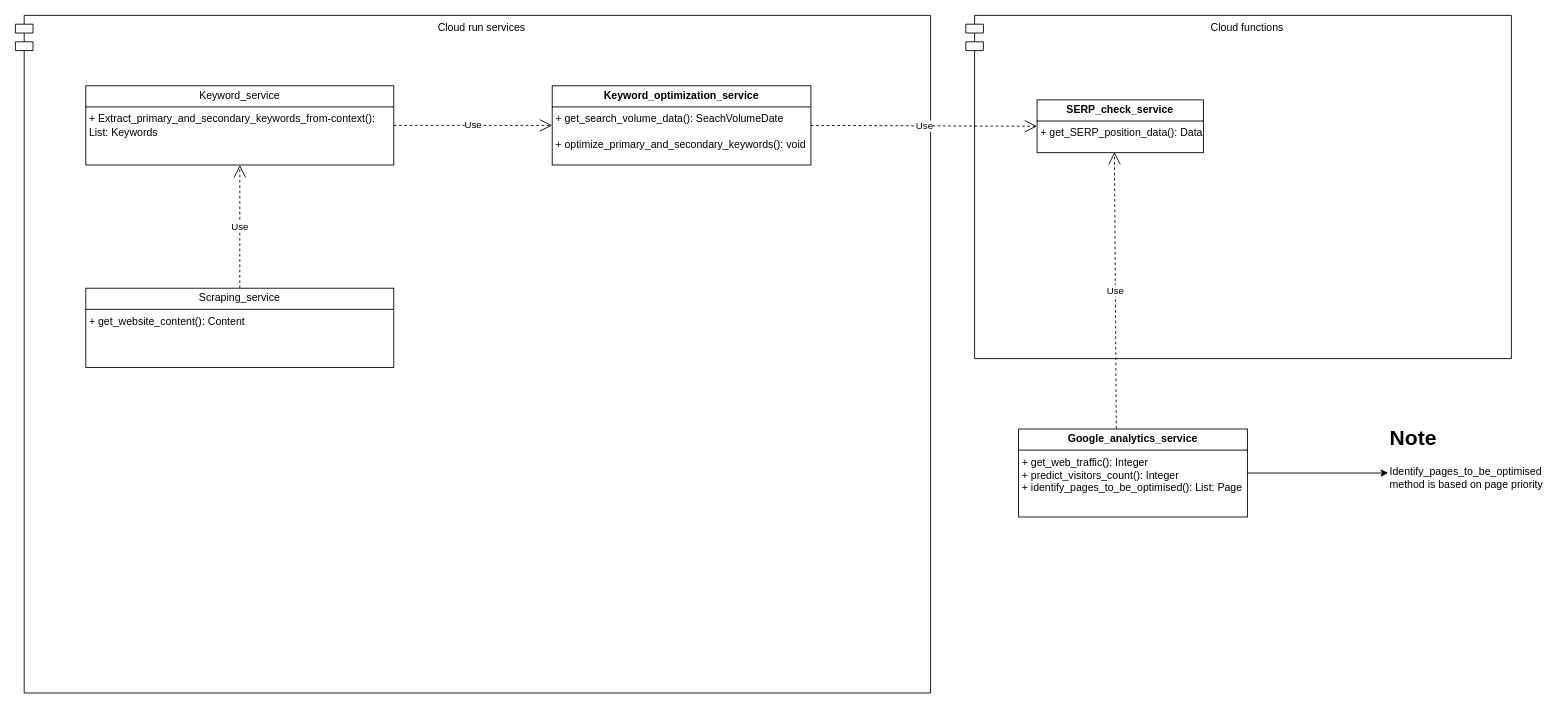
The draw.io diagram Design/Components_diagram/Service_diagram.drawio in Warglaive/Fontys_deliverables_spienzer, before the edit. Source tidied: cells renumbered, new cells numbered last; positions are measured from the earlier drawing's top-left corner, leaving out a move shared by most shapes. Both pictures are drawn from the tidied source at 88%, with x=0, y=0 at pixel (15, 15).
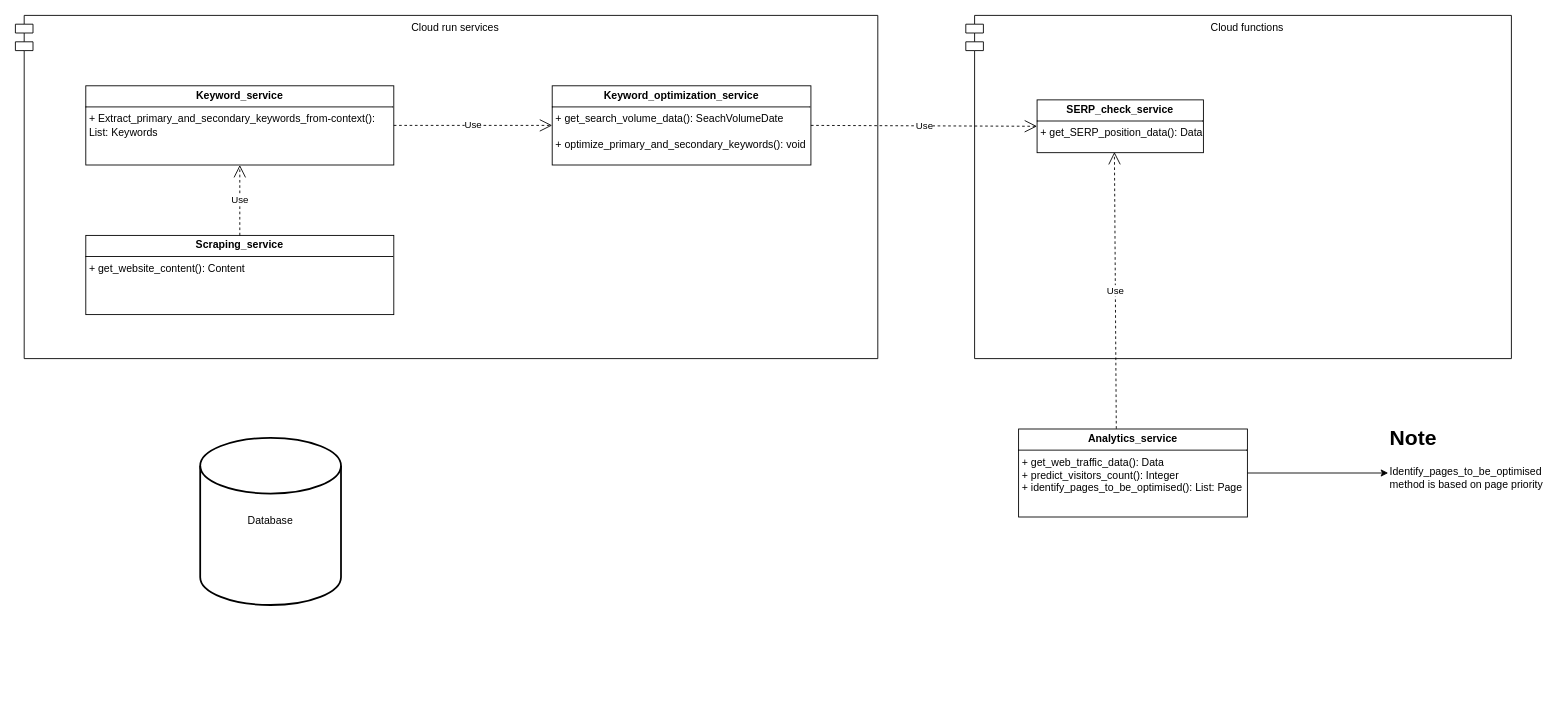
The same diagram, later.

Change to the diagram source:
```diff
@@
 <mxGraphModel>
   <root>
     <mxCell id="0" />
     <mxCell id="1" parent="0" />
     <mxCell id="2" value="Cloud run services" style="shape=module;align=left;spacingLeft=20;align=center;verticalAlign=top;whiteSpace=wrap;html=1;" parent="1" vertex="1">
-      <mxGeometry width="1040" height="770" as="geometry" />
+      <mxGeometry width="980" height="390" as="geometry" />
     </mxCell>
-    <mxCell id="3" value="&lt;p style=&quot;margin:0px;margin-top:4px;text-align:center;&quot;&gt;Keyword_&lt;span style=&quot;background-color: initial;&quot;&gt;service&lt;/span&gt;&lt;/p&gt;&lt;hr size=&quot;1&quot; style=&quot;border-style:solid;&quot;&gt;&lt;p style=&quot;margin:0px;margin-left:4px;&quot;&gt;&lt;/p&gt;&lt;p style=&quot;margin:0px;margin-left:4px;&quot;&gt;+ Extract_primary_and_secondary_keywords_from-context(): List: Keywords&lt;/p&gt;" style="verticalAlign=top;align=left;overflow=fill;html=1;whiteSpace=wrap;" parent="1" vertex="1">
+    <mxCell id="3" value="&lt;p style=&quot;margin:0px;margin-top:4px;text-align:center;&quot;&gt;&lt;b&gt;Keyword_&lt;span style=&quot;background-color: initial;&quot;&gt;service&lt;/span&gt;&lt;/b&gt;&lt;/p&gt;&lt;hr size=&quot;1&quot; style=&quot;border-style:solid;&quot;&gt;&lt;p style=&quot;margin:0px;margin-left:4px;&quot;&gt;&lt;/p&gt;&lt;p style=&quot;margin:0px;margin-left:4px;&quot;&gt;+ Extract_primary_and_secondary_keywords_from-context(): List: Keywords&lt;/p&gt;" style="verticalAlign=top;align=left;overflow=fill;html=1;whiteSpace=wrap;" parent="1" vertex="1">
       <mxGeometry x="80" y="80" width="350" height="90" as="geometry" />
     </mxCell>
-    <mxCell id="4" value="&lt;p style=&quot;margin:0px;margin-top:4px;text-align:center;&quot;&gt;Scraping_service&lt;br&gt;&lt;/p&gt;&lt;hr size=&quot;1&quot; style=&quot;border-style:solid;&quot;&gt;&lt;p style=&quot;margin:0px;margin-left:4px;&quot;&gt;&lt;/p&gt;&lt;p style=&quot;margin:0px;margin-left:4px;&quot;&gt;+ get_website_content(): Content&lt;/p&gt;&lt;p style=&quot;margin:0px;margin-left:4px;&quot;&gt;&lt;br&gt;&lt;/p&gt;" style="verticalAlign=top;align=left;overflow=fill;html=1;whiteSpace=wrap;" parent="1" vertex="1">
-      <mxGeometry x="80" y="310" width="350" height="90" as="geometry" />
+    <mxCell id="4" value="&lt;p style=&quot;margin:0px;margin-top:4px;text-align:center;&quot;&gt;&lt;b&gt;Scraping_service&lt;/b&gt;&lt;br&gt;&lt;/p&gt;&lt;hr size=&quot;1&quot; style=&quot;border-style:solid;&quot;&gt;&lt;p style=&quot;margin:0px;margin-left:4px;&quot;&gt;&lt;/p&gt;&lt;p style=&quot;margin:0px;margin-left:4px;&quot;&gt;+ get_website_content(): Content&lt;/p&gt;&lt;p style=&quot;margin:0px;margin-left:4px;&quot;&gt;&lt;br&gt;&lt;/p&gt;" style="verticalAlign=top;align=left;overflow=fill;html=1;whiteSpace=wrap;" parent="1" vertex="1">
+      <mxGeometry x="80" y="250" width="350" height="90" as="geometry" />
     </mxCell>
     <mxCell id="5" value="Cloud functions" style="shape=module;align=left;spacingLeft=20;align=center;verticalAlign=top;whiteSpace=wrap;html=1;" parent="1" vertex="1">
       <mxGeometry x="1080" width="620" height="390" as="geometry" />
     </mxCell>
     <mxCell id="6" value="&lt;p style=&quot;margin:0px;margin-top:4px;text-align:center;&quot;&gt;&lt;b&gt;SERP_check_service&lt;/b&gt;&lt;/p&gt;&lt;hr size=&quot;1&quot; style=&quot;border-style:solid;&quot;&gt;&lt;p style=&quot;margin:0px;margin-left:4px;&quot;&gt;&lt;/p&gt;&lt;p style=&quot;margin:0px;margin-left:4px;&quot;&gt;+ get_SERP_position_data(): Data&lt;/p&gt;" style="verticalAlign=top;align=left;overflow=fill;html=1;whiteSpace=wrap;" parent="1" vertex="1">
       <mxGeometry x="1161" y="96" width="189" height="60" as="geometry" />
     </mxCell>
     <mxCell id="7" value="&lt;p style=&quot;margin:0px;margin-top:4px;text-align:center;&quot;&gt;&lt;b&gt;Keyword_optimization_service&lt;/b&gt;&lt;/p&gt;&lt;hr size=&quot;1&quot; style=&quot;border-style:solid;&quot;&gt;&lt;p style=&quot;margin:0px;margin-left:4px;&quot;&gt;&lt;/p&gt;&lt;p style=&quot;margin:0px;margin-left:4px;&quot;&gt;+ get_search_volume_data(): SeachVolumeDate&lt;/p&gt;&lt;p style=&quot;margin:0px;margin-left:4px;&quot;&gt;&lt;br&gt;&lt;/p&gt;&lt;p style=&quot;margin:0px;margin-left:4px;&quot;&gt;+ optimize_primary_and_secondary_keywords(): void&lt;/p&gt;" style="verticalAlign=top;align=left;overflow=fill;html=1;whiteSpace=wrap;" parent="1" vertex="1">
       <mxGeometry x="610" y="80" width="294" height="90" as="geometry" />
     </mxCell>
     <mxCell id="8" value="Use" style="endArrow=open;endSize=12;dashed=1;html=1;rounded=0;entryX=0.5;entryY=1;entryDx=0;entryDy=0;exitX=0.5;exitY=0;exitDx=0;exitDy=0;" parent="1" edge="1" source="4" target="3">
       <mxGeometry relative="1" as="geometry" />
     </mxCell>
     <mxCell id="9" value="Use" style="endArrow=open;endSize=12;dashed=1;html=1;rounded=0;exitX=1;exitY=0.5;exitDx=0;exitDy=0;entryX=0;entryY=0.5;entryDx=0;entryDy=0;" parent="1" edge="1" source="3" target="7">
       <mxGeometry relative="1" as="geometry" />
     </mxCell>
     <mxCell id="10" value="Use" style="endArrow=open;endSize=12;dashed=1;html=1;rounded=0;exitX=1;exitY=0.5;exitDx=0;exitDy=0;entryX=0;entryY=0.5;entryDx=0;entryDy=0;" parent="1" edge="1" source="7" target="6">
       <mxGeometry relative="1" as="geometry" />
     </mxCell>
-    <mxCell id="11" value="&lt;p style=&quot;margin:0px;margin-top:4px;text-align:center;&quot;&gt;&lt;b&gt;Google_analytics_service&lt;/b&gt;&lt;/p&gt;&lt;hr size=&quot;1&quot; style=&quot;border-style:solid;&quot;&gt;&lt;p style=&quot;margin:0px;margin-left:4px;&quot;&gt;&lt;/p&gt;&lt;p style=&quot;margin:0px;margin-left:4px;&quot;&gt;+ get_web_traffic(): Integer&lt;/p&gt;&lt;p style=&quot;margin:0px;margin-left:4px;&quot;&gt;+ predict_visitors_count(): Integer&lt;/p&gt;&lt;p style=&quot;margin:0px;margin-left:4px;&quot;&gt;+ identify_pages_to_be_optimised(): List: Page&lt;/p&gt;" style="verticalAlign=top;align=left;overflow=fill;html=1;whiteSpace=wrap;" parent="1" vertex="1">
+    <mxCell id="11" value="&lt;p style=&quot;margin:0px;margin-top:4px;text-align:center;&quot;&gt;&lt;b&gt;Analytics_service&lt;/b&gt;&lt;/p&gt;&lt;hr size=&quot;1&quot; style=&quot;border-style:solid;&quot;&gt;&lt;p style=&quot;margin:0px;margin-left:4px;&quot;&gt;&lt;/p&gt;&lt;p style=&quot;margin:0px;margin-left:4px;&quot;&gt;+ get_web_traffic_data(): Data&lt;/p&gt;&lt;p style=&quot;margin:0px;margin-left:4px;&quot;&gt;+ predict_visitors_count(): Integer&lt;/p&gt;&lt;p style=&quot;margin:0px;margin-left:4px;&quot;&gt;+ identify_pages_to_be_optimised(): List: Page&lt;/p&gt;" style="verticalAlign=top;align=left;overflow=fill;html=1;whiteSpace=wrap;" parent="1" vertex="1">
       <mxGeometry x="1140" y="470" width="260" height="100" as="geometry" />
     </mxCell>
     <mxCell id="12" style="edgeStyle=orthogonalEdgeStyle;rounded=0;jettySize=auto;html=1;exitX=1;exitY=0.5;exitDx=0;exitDy=0;" parent="1" edge="1" source="11" target="13">
       <mxGeometry relative="1" as="geometry" />
     </mxCell>
     <mxCell id="13" value="&lt;h1 style=&quot;margin-top: 0px;&quot;&gt;Note&lt;/h1&gt;&lt;p&gt;Identify_pages_to_be_optimised method is based on page priority&lt;/p&gt;" style="text;html=1;whiteSpace=wrap;overflow=hidden;rounded=0;" parent="1" vertex="1">
       <mxGeometry x="1560" y="460" width="180" height="120" as="geometry" />
     </mxCell>
     <mxCell id="14" value="Use" style="endArrow=open;endSize=12;dashed=1;html=1;rounded=0;entryX=0.465;entryY=0.987;entryDx=0;entryDy=0;entryPerimeter=0;exitX=0.427;exitY=-0.003;exitDx=0;exitDy=0;exitPerimeter=0;" parent="1" edge="1" source="11" target="6">
       <mxGeometry relative="1" as="geometry" />
     </mxCell>
+    <mxCell id="15" value="Database" style="strokeWidth=2;html=1;shape=mxgraph.flowchart.database;whiteSpace=wrap;" parent="1" vertex="1">
+      <mxGeometry x="210" y="480" width="160" height="190" as="geometry" />
+    </mxCell>
   </root>
 </mxGraphModel>
```
